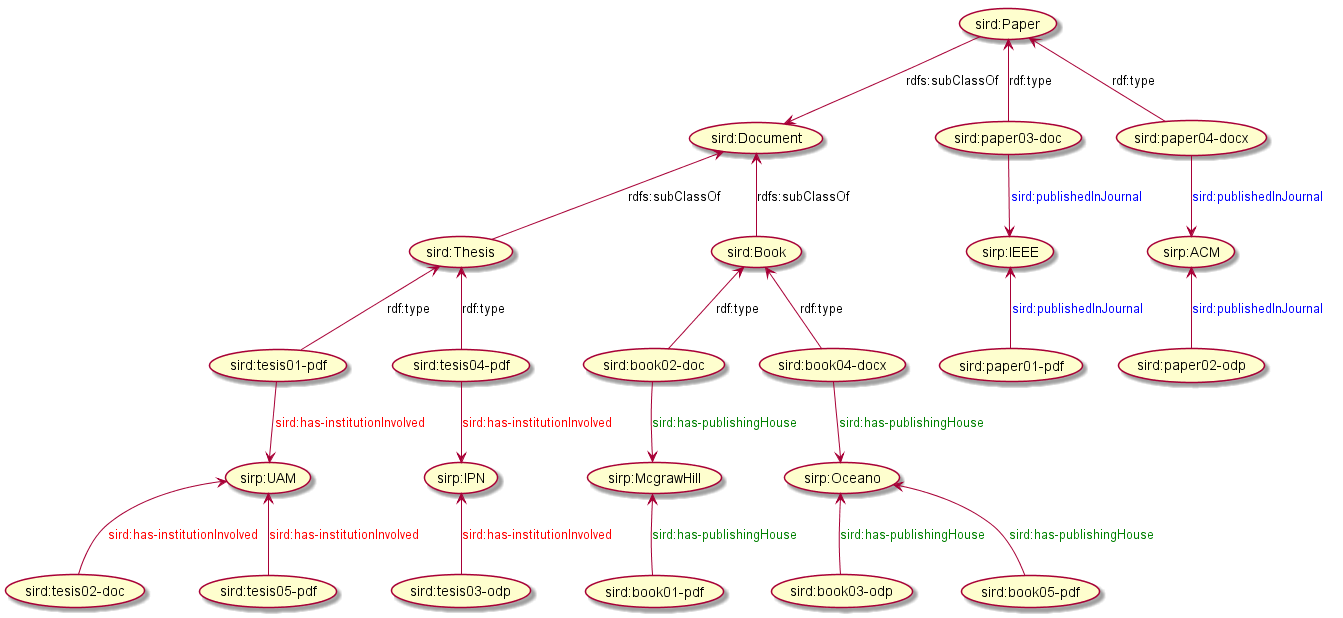
Earlier version of the PlantUML export Diagramas UML/grafoSR.png (eriknovic/mi-proyecto-erik). Its diagram source:
```plantuml
@startuml
usecase "sird:paper01-pdf" as pap1
usecase "sird:paper02-odp" as pap2
usecase "sird:paper03-doc" as pap3
usecase "sird:paper04-docx" as pap4
usecase "sird:book01-pdf" as book1
usecase "sird:book02-doc" as book2
usecase "sird:book03-odp" as book3
usecase "sird:book04-docx" as book4
usecase "sird:book05-pdf" as book5
usecase "sird:tesis01-pdf" as tes1
usecase "sird:tesis02-doc" as tes2
usecase "sird:tesis03-odp" as tes3
usecase "sird:tesis04-pdf" as tes4
usecase "sird:tesis05-pdf" as tes5

usecase "sirp:McgrawHill" as mcgraw
usecase "sirp:Oceano" as oceano
usecase "sirp:ACM" as acm
usecase "sirp:IEEE" as ieee
usecase "sirp:UAM" as uam
usecase "sirp:IPN" as ipn

usecase "sird:Book" as Book
usecase "sird:Paper" as Paper
usecase "sird:Thesis" as Thesis
usecase "sird:Document" as Doc

() pap1 -up-> ieee : <color #blue>sird:publishedInJournal</color>
pap2 -up-> acm : <color #blue>sird:publishedInJournal</color>
pap3 -up-> Paper : "rdf:type"
pap3 -down-> ieee : <color #blue>sird:publishedInJournal</color>
pap4 -up-> Paper : "rdf:type"
pap4 -down-> acm : <color #blue>sird:publishedInJournal</color>

book1 -up-> mcgraw : <color #green>sird:has-publishingHouse</color>
book2 -up-> Book : "rdf:type"
book2 -down-> mcgraw : <color #green>sird:has-publishingHouse</color>
book3 -up-> oceano : <color #green>sird:has-publishingHouse</color>
book4 -up-> Book : "rdf:type"
book4 -down-> oceano : <color #green>sird:has-publishingHouse</color>
book5 -up-> oceano : <color #green>sird:has-publishingHouse</color>

tes1 -up-> Thesis : "rdf:type"
tes1 -down-> uam : <color #red>sird:has-institutionInvolved</color>
tes2 -up-> uam : <color #red>sird:has-institutionInvolved</color>
tes3 -up-> ipn : <color #red>sird:has-institutionInvolved</color>
tes4 -up-> Thesis : "rdf:type"
tes4 -down-> ipn : <color #red>sird:has-institutionInvolved</color>
tes5 -up-> uam : <color #red>sird:has-institutionInvolved</color>

Book -up-> Doc : "rdfs:subClassOf"
Paper -down-> Doc : "rdfs:subClassOf"
Thesis -up-> Doc : "rdfs:subClassOf"
@enduml
```
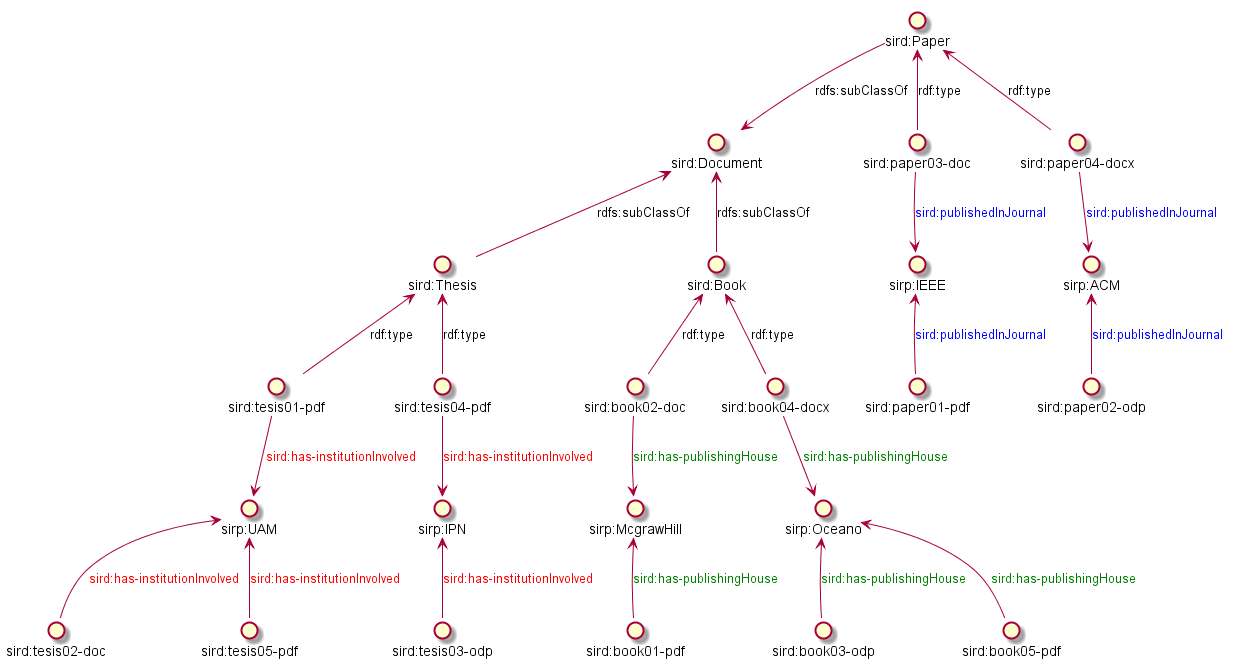
After the commit.

The edit, as a diff of the source:
```diff
@@ -1,30 +1,30 @@
 @startuml
-usecase "sird:paper01-pdf" as pap1
-usecase "sird:paper02-odp" as pap2
-usecase "sird:paper03-doc" as pap3
-usecase "sird:paper04-docx" as pap4
-usecase "sird:book01-pdf" as book1
-usecase "sird:book02-doc" as book2
-usecase "sird:book03-odp" as book3
-usecase "sird:book04-docx" as book4
-usecase "sird:book05-pdf" as book5
-usecase "sird:tesis01-pdf" as tes1
-usecase "sird:tesis02-doc" as tes2
-usecase "sird:tesis03-odp" as tes3
-usecase "sird:tesis04-pdf" as tes4
-usecase "sird:tesis05-pdf" as tes5
+interface "sird:paper01-pdf" as pap1
+interface "sird:paper02-odp" as pap2
+interface "sird:paper03-doc" as pap3
+interface "sird:paper04-docx" as pap4
+interface "sird:book01-pdf" as book1
+interface "sird:book02-doc" as book2
+interface "sird:book03-odp" as book3
+interface "sird:book04-docx" as book4
+interface "sird:book05-pdf" as book5
+interface "sird:tesis01-pdf" as tes1
+interface "sird:tesis02-doc" as tes2
+interface "sird:tesis03-odp" as tes3
+interface "sird:tesis04-pdf" as tes4
+interface "sird:tesis05-pdf" as tes5
 
-usecase "sirp:McgrawHill" as mcgraw
-usecase "sirp:Oceano" as oceano
-usecase "sirp:ACM" as acm
-usecase "sirp:IEEE" as ieee
-usecase "sirp:UAM" as uam
-usecase "sirp:IPN" as ipn
+interface "sirp:McgrawHill" as mcgraw
+interface "sirp:Oceano" as oceano
+interface "sirp:ACM" as acm
+interface "sirp:IEEE" as ieee
+interface "sirp:UAM" as uam
+interface "sirp:IPN" as ipn
 
-usecase "sird:Book" as Book
-usecase "sird:Paper" as Paper
-usecase "sird:Thesis" as Thesis
-usecase "sird:Document" as Doc
+interface "sird:Book" as Book
+interface "sird:Paper" as Paper
+interface "sird:Thesis" as Thesis
+interface "sird:Document" as Doc
 
 () pap1 -up-> ieee : <color #blue>sird:publishedInJournal</color>
 pap2 -up-> acm : <color #blue>sird:publishedInJournal</color>
```
